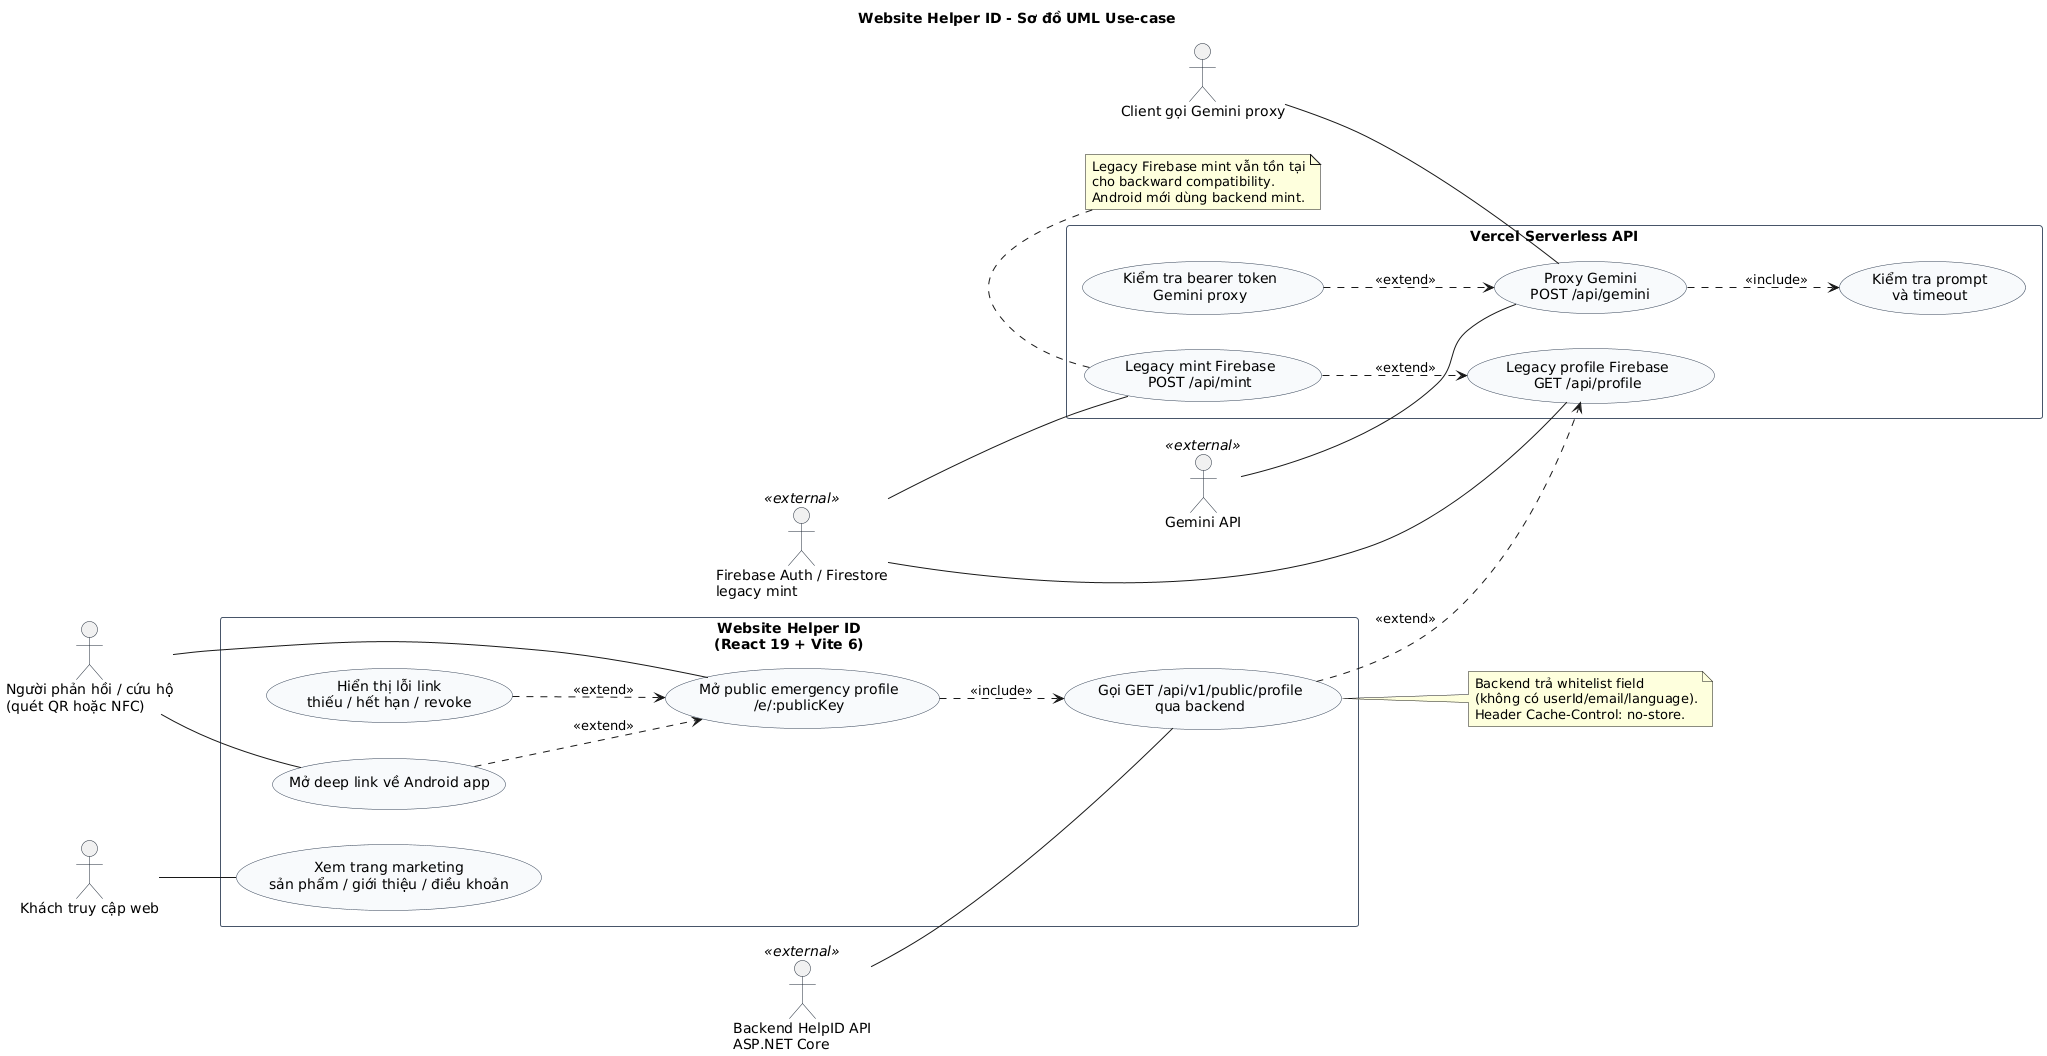
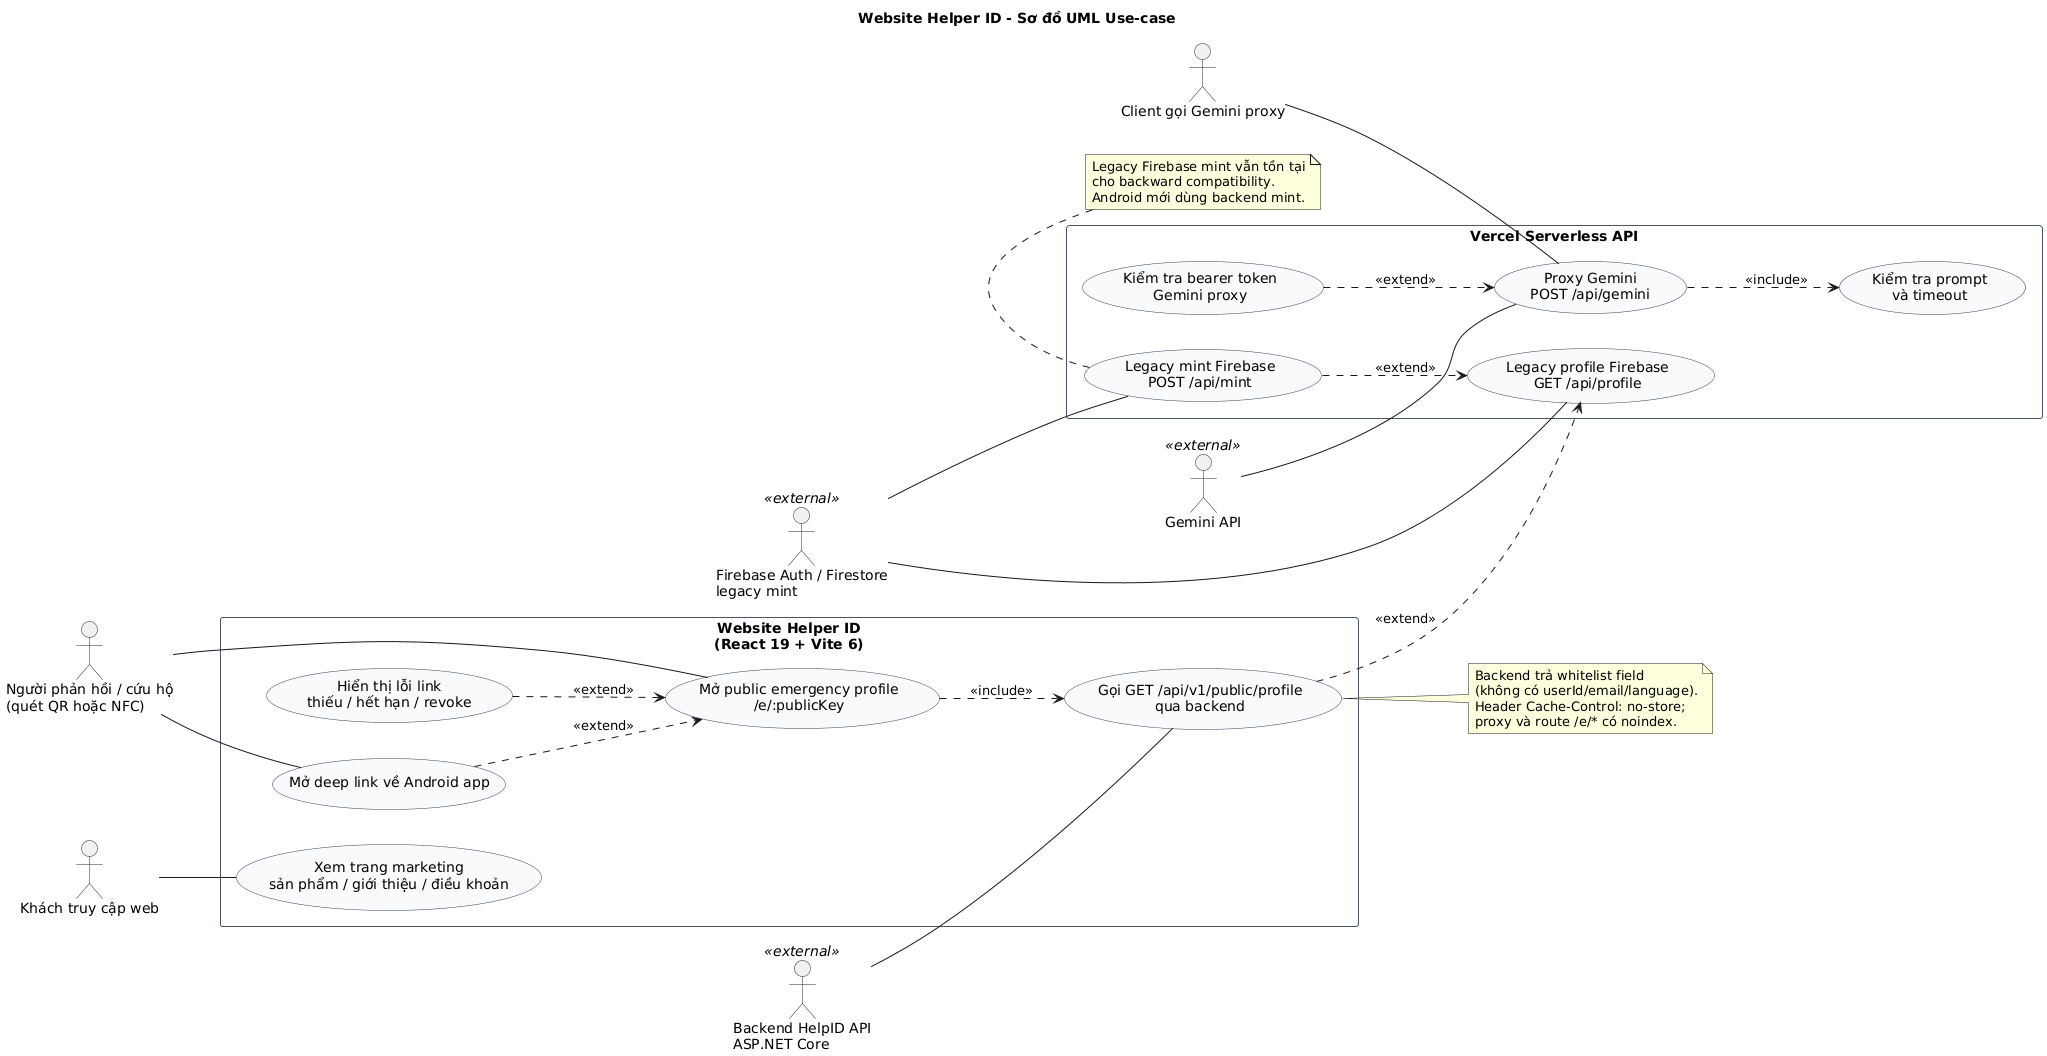
@startuml
' UML Use-case: Website Helper ID
left to right direction
skinparam defaultFontName "DejaVu Sans"
skinparam packageStyle rectangle
skinparam shadowing false
skinparam usecase {
  BackgroundColor #F8FAFC
  BorderColor #334155
}
skinparam rectangle {
  BackgroundColor #FFFFFF
  BorderColor #475569
}
skinparam actor {
  BorderColor #1F2937
}

title Website Helper ID - Sơ đồ UML Use-case

actor "Người phản hồi / cứu hộ\n(quét QR hoặc NFC)" as Responder
actor "Khách truy cập web" as WebVisitor
actor "Client gọi Gemini proxy" as GeminiClient

actor "Backend HelpID API\nASP.NET Core" as BackendApi <<external>>
actor "Firebase Auth / Firestore\nlegacy mint" as FirebaseLegacy <<external>>
actor "Gemini API" as GeminiApi <<external>>

rectangle "Website Helper ID\n(React 19 + Vite 6)" as WebApp {
  usecase "Xem trang marketing\nsản phẩm / giới thiệu / điều khoản" as UC_ViewMarketing
  usecase "Mở public emergency profile\n/e/:publicKey" as UC_OpenPublicProfile
  usecase "Gọi GET /api/v1/public/profile\nqua backend" as UC_WebFetchPublicProfile
  usecase "Hiển thị lỗi link\nthiếu / hết hạn / revoke" as UC_WebPublicProfileError
  usecase "Mở deep link về Android app" as UC_OpenDeepLink
}

rectangle "Vercel Serverless API" as Serverless {
  usecase "Legacy mint Firebase\nPOST /api/mint" as UC_LegacyMint
  usecase "Legacy profile Firebase\nGET /api/profile" as UC_LegacyProfile
  usecase "Proxy Gemini\nPOST /api/gemini" as UC_ProxyGemini
  usecase "Kiểm tra bearer token\nGemini proxy" as UC_CheckGeminiBearer
  usecase "Kiểm tra prompt\nvà timeout" as UC_ValidateGeminiPrompt
}

Responder -- UC_OpenPublicProfile
Responder -- UC_OpenDeepLink
WebVisitor -- UC_ViewMarketing
GeminiClient -- UC_ProxyGemini

UC_OpenPublicProfile ..> UC_WebFetchPublicProfile : <<include>>
UC_WebPublicProfileError ..> UC_OpenPublicProfile : <<extend>>
UC_OpenDeepLink ..> UC_OpenPublicProfile : <<extend>>
UC_WebFetchPublicProfile ..> UC_LegacyProfile : <<extend>>
UC_ProxyGemini ..> UC_ValidateGeminiPrompt : <<include>>
UC_CheckGeminiBearer ..> UC_ProxyGemini : <<extend>>
UC_LegacyMint ..> UC_LegacyProfile : <<extend>>

BackendApi -- UC_WebFetchPublicProfile
FirebaseLegacy -- UC_LegacyMint
FirebaseLegacy -- UC_LegacyProfile
GeminiApi -- UC_ProxyGemini

note right of UC_WebFetchPublicProfile
  Backend trả whitelist field
  (không có userId/email/language).
-   Header Cache-Control: no-store.
+   Header Cache-Control: no-store;
+   proxy và route /e/* có noindex.
end note

note bottom of UC_LegacyMint
  Legacy Firebase mint vẫn tồn tại
  cho backward compatibility.
  Android mới dùng backend mint.
end note
@enduml
